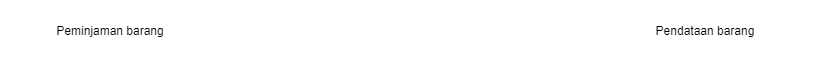
Earlier version of the draw.io export diagrams/Sequence Diagram.drawio.png (johannfac/aplikasipeminjamanaset). Source tidied: cells renumbered, new cells last; positions are measured from the earlier drawing's top-left corner, leaving out a move shared by most shapes.
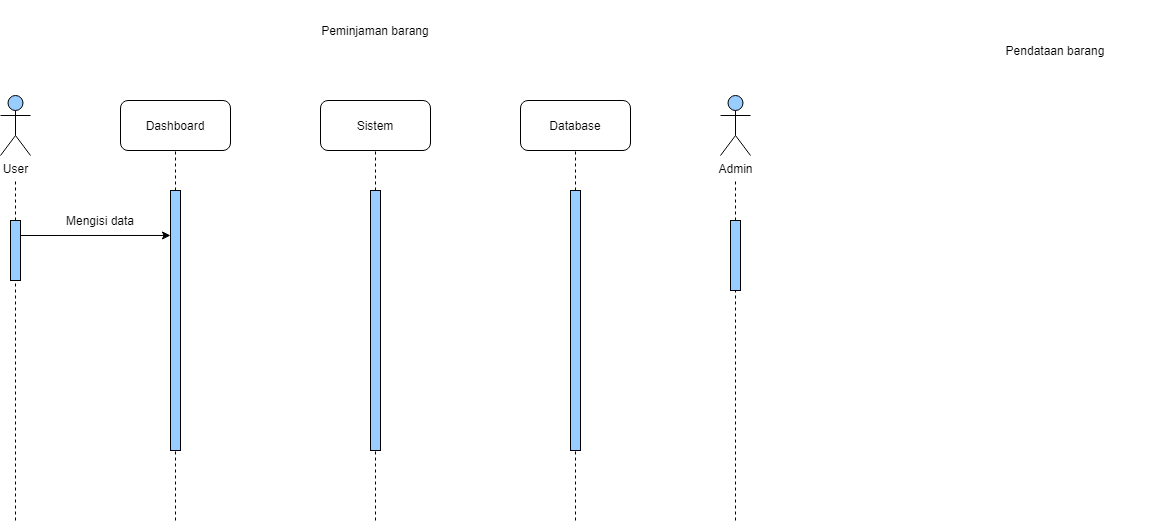
Later version of the same file.

The edit, as a diff of the source:
```diff
@@ -3,10 +3,94 @@
     <mxCell id="0" />
     <mxCell id="1" parent="0" />
     <mxCell id="2" value="Peminjaman barang" style="text;html=1;strokeColor=none;fillColor=none;align=center;verticalAlign=middle;whiteSpace=wrap;rounded=0;" parent="1" vertex="1">
-      <mxGeometry width="220" height="60" as="geometry" />
+      <mxGeometry x="-85" y="-20" width="220" height="60" as="geometry" />
     </mxCell>
     <mxCell id="3" value="Pendataan barang" style="text;html=1;strokeColor=none;fillColor=none;align=center;verticalAlign=middle;whiteSpace=wrap;rounded=0;" parent="1" vertex="1">
       <mxGeometry x="590" width="230" height="60" as="geometry" />
     </mxCell>
+    <mxCell id="4" value="Dashboard" style="rounded=1;whiteSpace=wrap;html=1;" parent="1" vertex="1">
+      <mxGeometry x="-230" y="80" width="110" height="50" as="geometry" />
+    </mxCell>
+    <mxCell id="5" value="Sistem" style="rounded=1;whiteSpace=wrap;html=1;" parent="1" vertex="1">
+      <mxGeometry x="-30" y="80" width="110" height="50" as="geometry" />
+    </mxCell>
+    <mxCell id="6" value="Database" style="rounded=1;whiteSpace=wrap;html=1;" parent="1" vertex="1">
+      <mxGeometry x="170" y="80" width="110" height="50" as="geometry" />
+    </mxCell>
+    <mxCell id="7" value="User" style="shape=umlActor;verticalLabelPosition=bottom;verticalAlign=top;html=1;fillColor=#99CCFF;" parent="1" vertex="1">
+      <mxGeometry x="-350" y="75" width="30" height="60" as="geometry" />
+    </mxCell>
+    <mxCell id="8" value="Admin" style="shape=umlActor;verticalLabelPosition=bottom;verticalAlign=top;html=1;fillColor=#99CCFF;" parent="1" vertex="1">
+      <mxGeometry x="370" y="75" width="30" height="60" as="geometry" />
+    </mxCell>
+    <mxCell id="9" style="endArrow=none;dashed=1;html=1;rounded=0;startArrow=none;" parent="1" edge="1" source="17">
+      <mxGeometry relative="1" as="geometry">
+        <mxPoint x="-335" y="160" as="targetPoint" />
+      </mxGeometry>
+    </mxCell>
+    <mxCell id="10" style="endArrow=none;dashed=1;html=1;rounded=0;entryX=0.5;entryY=1;entryDx=0;entryDy=0;startArrow=none;" parent="1" edge="1" source="19" target="4">
+      <mxGeometry relative="1" as="geometry" />
+    </mxCell>
+    <mxCell id="11" style="endArrow=none;dashed=1;html=1;rounded=0;entryX=0.5;entryY=1;entryDx=0;entryDy=0;startArrow=none;" parent="1" edge="1" source="21">
+      <mxGeometry relative="1" as="geometry">
+        <mxPoint x="25" y="130" as="targetPoint" />
+      </mxGeometry>
+    </mxCell>
+    <mxCell id="12" style="endArrow=none;dashed=1;html=1;rounded=0;entryX=0.5;entryY=1;entryDx=0;entryDy=0;startArrow=none;" parent="1" edge="1" source="23">
+      <mxGeometry relative="1" as="geometry">
+        <mxPoint x="225" y="130" as="targetPoint" />
+      </mxGeometry>
+    </mxCell>
+    <mxCell id="13" style="endArrow=none;dashed=1;html=1;rounded=0;entryX=0.5;entryY=1;entryDx=0;entryDy=0;startArrow=none;" parent="1" edge="1" source="14">
+      <mxGeometry relative="1" as="geometry">
+        <mxPoint x="385" y="160" as="targetPoint" />
+      </mxGeometry>
+    </mxCell>
+    <mxCell id="14" style="rounded=0;whiteSpace=wrap;html=1;fillColor=#99CCFF;" parent="1" vertex="1">
+      <mxGeometry x="380" y="200" width="10" height="70" as="geometry" />
+    </mxCell>
+    <mxCell id="15" style="endArrow=none;dashed=1;html=1;rounded=0;entryX=0.5;entryY=1;entryDx=0;entryDy=0;" parent="1" edge="1" target="14">
+      <mxGeometry relative="1" as="geometry">
+        <mxPoint x="385" y="500" as="sourcePoint" />
+      </mxGeometry>
+    </mxCell>
+    <mxCell id="16" style="edgeStyle=orthogonalEdgeStyle;rounded=0;jettySize=auto;html=1;exitX=1;exitY=0.25;exitDx=0;exitDy=0;entryX=0;entryY=0.173;entryDx=0;entryDy=0;entryPerimeter=0;" parent="1" edge="1" source="17" target="19">
+      <mxGeometry relative="1" as="geometry" />
+    </mxCell>
+    <mxCell id="17" style="rounded=0;whiteSpace=wrap;html=1;fillColor=#99CCFF;" parent="1" vertex="1">
+      <mxGeometry x="-340" y="200" width="10" height="60" as="geometry" />
+    </mxCell>
+    <mxCell id="18" style="endArrow=none;dashed=1;html=1;rounded=0;" parent="1" edge="1" target="17">
+      <mxGeometry relative="1" as="geometry">
+        <mxPoint x="-335" y="500" as="sourcePoint" />
+      </mxGeometry>
+    </mxCell>
+    <mxCell id="19" style="rounded=0;whiteSpace=wrap;html=1;fillColor=#99CCFF;" parent="1" vertex="1">
+      <mxGeometry x="-180" y="170" width="10" height="260" as="geometry" />
+    </mxCell>
+    <mxCell id="20" style="endArrow=none;dashed=1;html=1;rounded=0;entryX=0.5;entryY=1;entryDx=0;entryDy=0;" parent="1" edge="1" target="19">
+      <mxGeometry relative="1" as="geometry">
+        <mxPoint x="-175" y="500" as="sourcePoint" />
+      </mxGeometry>
+    </mxCell>
+    <mxCell id="21" style="rounded=0;whiteSpace=wrap;html=1;fillColor=#99CCFF;" parent="1" vertex="1">
+      <mxGeometry x="20" y="170" width="10" height="260" as="geometry" />
+    </mxCell>
+    <mxCell id="22" style="endArrow=none;dashed=1;html=1;rounded=0;entryX=0.5;entryY=1;entryDx=0;entryDy=0;" parent="1" edge="1" target="21">
+      <mxGeometry relative="1" as="geometry">
+        <mxPoint x="25" y="500" as="sourcePoint" />
+      </mxGeometry>
+    </mxCell>
+    <mxCell id="23" style="rounded=0;whiteSpace=wrap;html=1;fillColor=#99CCFF;" parent="1" vertex="1">
+      <mxGeometry x="220" y="170" width="10" height="260" as="geometry" />
+    </mxCell>
+    <mxCell id="24" style="endArrow=none;dashed=1;html=1;rounded=0;entryX=0.5;entryY=1;entryDx=0;entryDy=0;" parent="1" edge="1" target="23">
+      <mxGeometry relative="1" as="geometry">
+        <mxPoint x="225" y="500" as="sourcePoint" />
+      </mxGeometry>
+    </mxCell>
+    <mxCell id="25" value="Mengisi data" style="text;html=1;strokeColor=none;fillColor=none;align=center;verticalAlign=middle;whiteSpace=wrap;rounded=0;" parent="1" vertex="1">
+      <mxGeometry x="-300" y="190" width="100" height="20" as="geometry" />
+    </mxCell>
   </root>
 </mxGraphModel>
```
